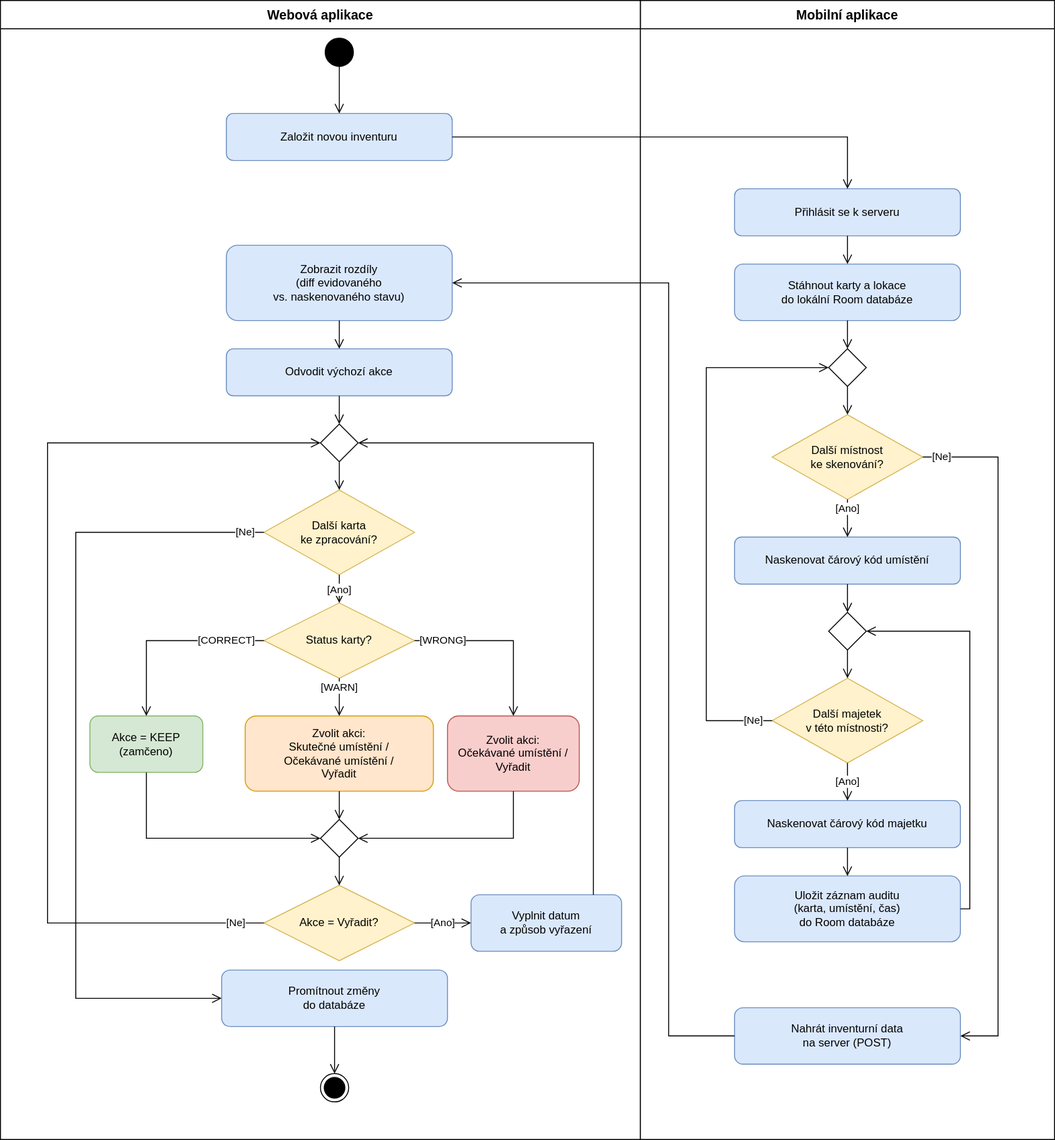
Earlier version of the draw.io export thesis/images/activity-inventory.svg (ondrasovka04/majetek). Source tidied: cells renumbered, new cells last; positions are measured from the earlier drawing's top-left corner, leaving out a move shared by most shapes.
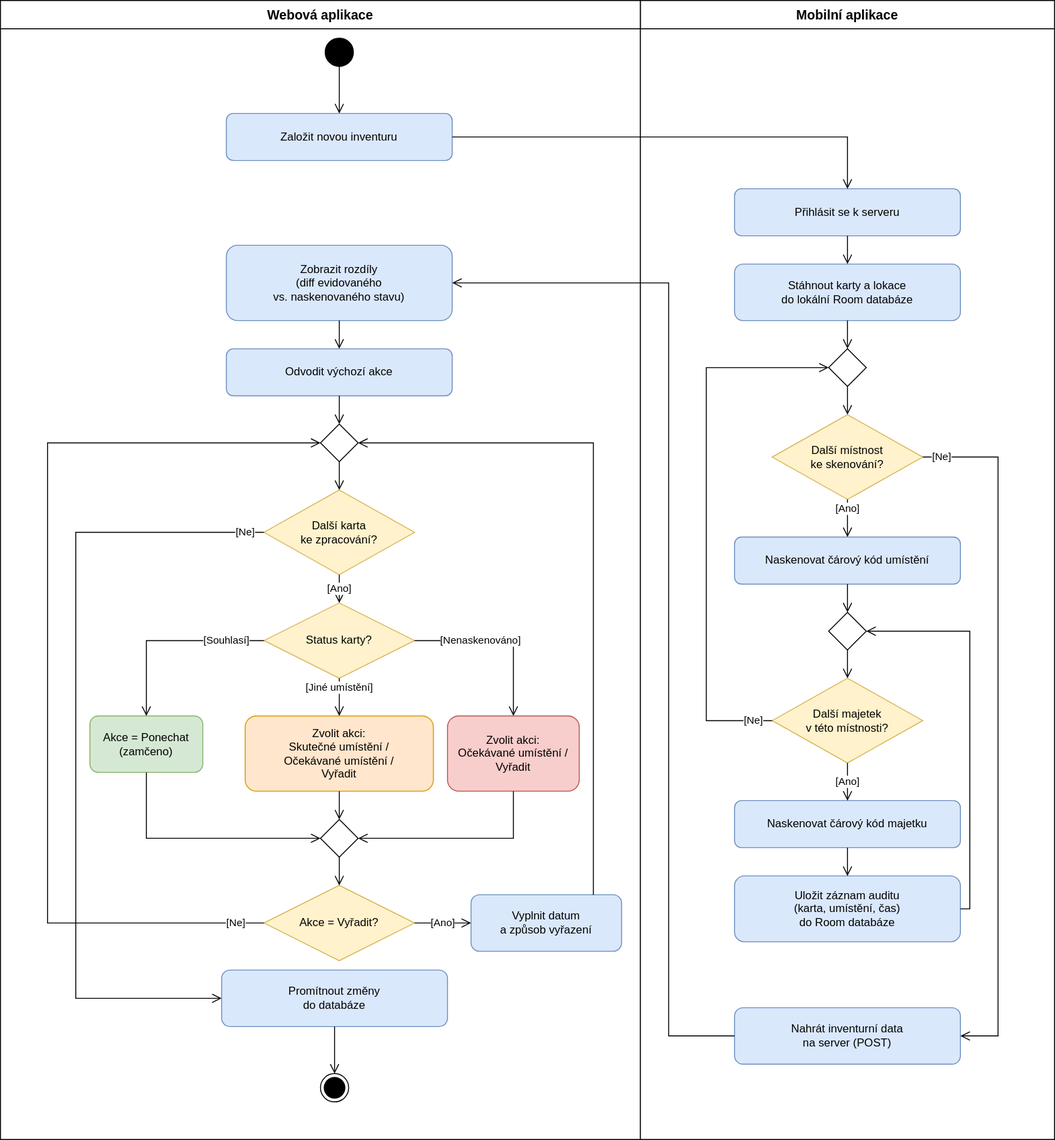
The same file after the commit.

Diff of the diagram source:
```diff
@@ -35,7 +35,7 @@
     <mxCell id="12" value="Zvolit akci:&#10;Skutečné umístění /&#10;Očekávané umístění /&#10;Vyřadit" style="rounded=1;whiteSpace=wrap;html=1;fillColor=#ffe6cc;strokeColor=#d79b00;fontSize=12;" parent="2" vertex="1">
       <mxGeometry x="260" y="760" width="200" height="80" as="geometry" />
     </mxCell>
-    <mxCell id="13" value="[WARN]" style="edgeStyle=orthogonalEdgeStyle;rounded=0;html=1;endArrow=open;endSize=8;fontSize=11;" parent="2" edge="1" source="10" target="12">
+    <mxCell id="13" value="[Jiné umístění]" style="edgeStyle=orthogonalEdgeStyle;rounded=0;html=1;endArrow=open;endSize=8;fontSize=11;" parent="2" edge="1" source="10" target="12">
       <mxGeometry x="-0.5" relative="1" as="geometry" />
     </mxCell>
     <mxCell id="14" style="rhombus;fillColor=#ffffff;strokeColor=#000000;" parent="2" vertex="1">
@@ -61,8 +61,8 @@
     <mxCell id="19" value="Zvolit akci:&#10;Očekávané umístění /&#10;Vyřadit" style="rounded=1;whiteSpace=wrap;html=1;fillColor=#f8cecc;strokeColor=#b85450;fontSize=12;" parent="2" vertex="1">
       <mxGeometry x="475" y="760" width="140" height="80" as="geometry" />
     </mxCell>
-    <mxCell id="20" value="[WRONG]" style="edgeStyle=orthogonalEdgeStyle;rounded=0;html=1;endArrow=open;endSize=8;fontSize=11;exitX=1;exitY=0.5;" parent="2" edge="1" source="10" target="19">
-      <mxGeometry x="-0.68" relative="1" as="geometry" />
+    <mxCell id="20" value="[Nenaskenováno]" style="edgeStyle=orthogonalEdgeStyle;rounded=0;html=1;endArrow=open;endSize=8;fontSize=11;exitX=1;exitY=0.5;" parent="2" edge="1" source="10" target="19">
+      <mxGeometry x="-0.24" relative="1" as="geometry" />
     </mxCell>
     <mxCell id="21" value="Vyplnit datum&lt;br&gt;a způsob vyřazení" style="rounded=1;whiteSpace=wrap;html=1;fillColor=#dae8fc;strokeColor=#6c8ebf;fontSize=12;" parent="2" vertex="1">
       <mxGeometry x="500" y="950" width="160" height="60" as="geometry" />
@@ -89,10 +89,10 @@
         </Array>
       </mxGeometry>
     </mxCell>
-    <mxCell id="26" value="Akce = KEEP&#10;(zamčeno)" style="rounded=1;whiteSpace=wrap;html=1;fillColor=#d5e8d4;strokeColor=#82b366;fontSize=12;" parent="2" vertex="1">
+    <mxCell id="26" value="Akce = Ponechat&#10;(zamčeno)" style="rounded=1;whiteSpace=wrap;html=1;fillColor=#d5e8d4;strokeColor=#82b366;fontSize=12;" parent="2" vertex="1">
       <mxGeometry x="95" y="760" width="120" height="60" as="geometry" />
     </mxCell>
-    <mxCell id="27" value="[CORRECT]" style="edgeStyle=orthogonalEdgeStyle;rounded=0;html=1;endArrow=open;endSize=8;fontSize=11;exitX=0;exitY=0.5;" parent="2" edge="1" source="10" target="26">
+    <mxCell id="27" value="[Souhlasí]" style="edgeStyle=orthogonalEdgeStyle;rounded=0;html=1;endArrow=open;endSize=8;fontSize=11;exitX=0;exitY=0.5;" parent="2" edge="1" source="10" target="26">
       <mxGeometry x="-0.61" relative="1" as="geometry" />
     </mxCell>
     <mxCell id="28" style="edgeStyle=orthogonalEdgeStyle;rounded=0;html=1;endArrow=open;endSize=8;exitX=0.5;exitY=1;exitDx=0;exitDy=0;" parent="2" edge="1" source="26" target="14">
```
